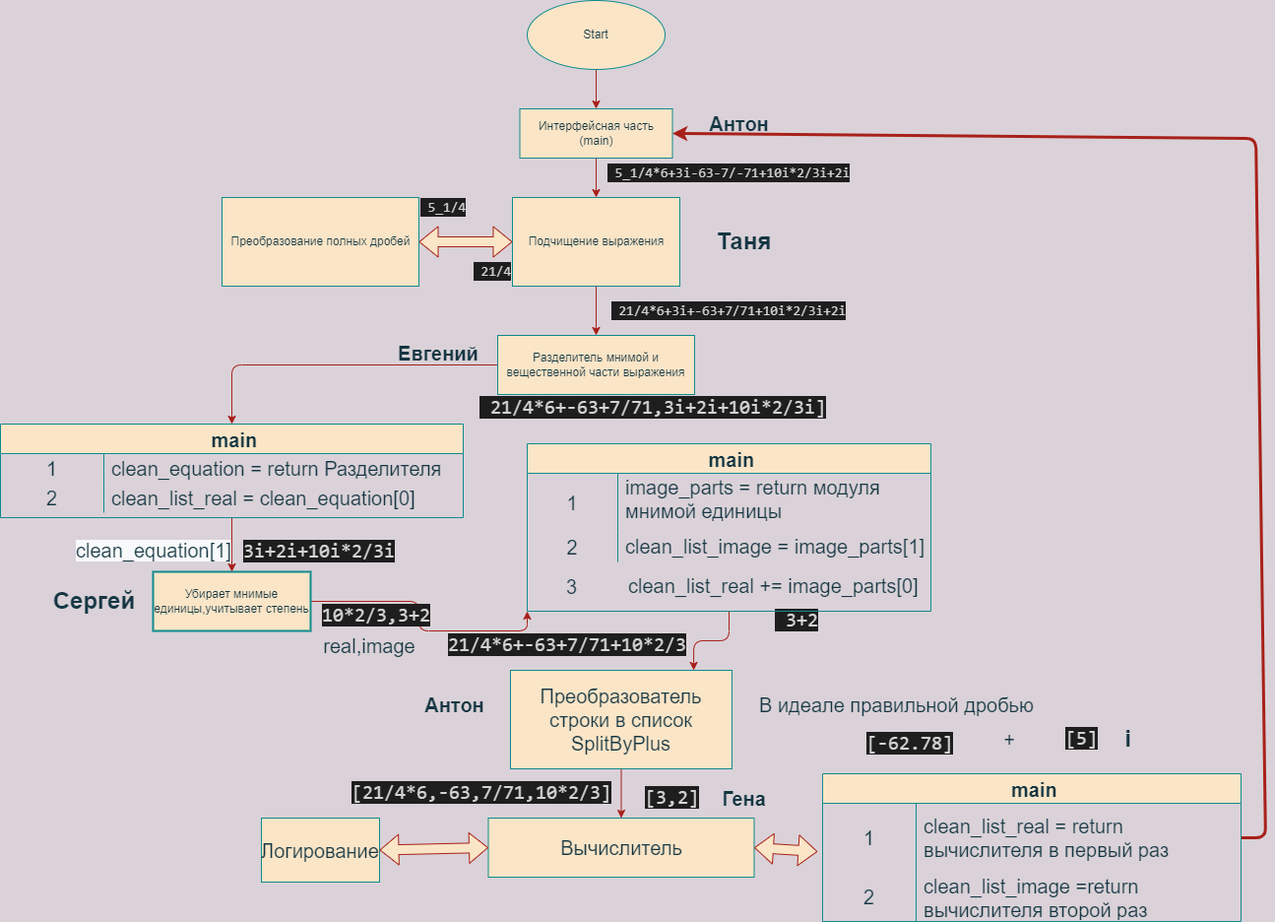
Above: calculator/Meeting3.png in ImyaKhoroshee/Study_Projects_Echo (draw.io), before the change. Source tidied: cells renumbered, new cells last; positions are measured from the earlier drawing's top-left corner, leaving out a move shared by most shapes.
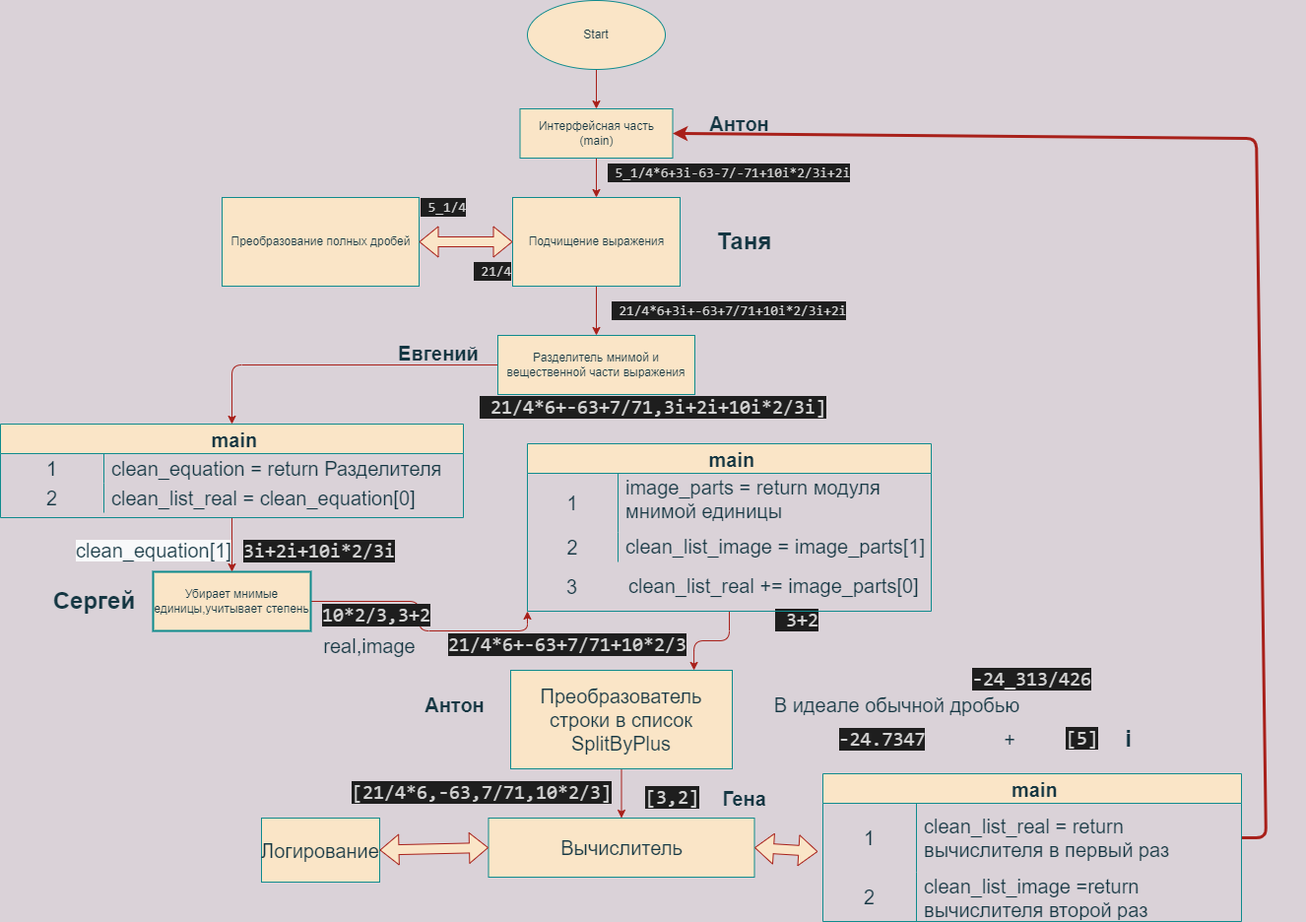
Above is the later version.

Commit message:
flowchart result  and desc update

Diff of the diagram source:
```diff
@@ -107,8 +107,8 @@
     <mxCell id="36" value="&lt;span style=&quot;color: rgb(212, 212, 212); font-family: Consolas, &amp;quot;Courier New&amp;quot;, monospace; font-size: 20px; font-style: normal; font-variant-ligatures: normal; font-variant-caps: normal; font-weight: 400; letter-spacing: normal; orphans: 2; text-align: center; text-indent: 0px; text-transform: none; widows: 2; word-spacing: 0px; -webkit-text-stroke-width: 0px; background-color: rgb(30, 30, 30); text-decoration-thickness: initial; text-decoration-style: initial; text-decoration-color: initial; float: none; display: inline !important;&quot;&gt;[3,2]&lt;/span&gt;" style="text;whiteSpace=wrap;html=1;fontSize=20;fontColor=#143642;" parent="1" vertex="1">
       <mxGeometry x="653" y="790" width="90" height="40" as="geometry" />
     </mxCell>
-    <mxCell id="37" value="&lt;span style=&quot;color: rgb(212, 212, 212); font-family: Consolas, &amp;quot;Courier New&amp;quot;, monospace; font-size: 20px; font-style: normal; font-variant-ligatures: normal; font-variant-caps: normal; font-weight: 400; letter-spacing: normal; orphans: 2; text-align: center; text-indent: 0px; text-transform: none; widows: 2; word-spacing: 0px; -webkit-text-stroke-width: 0px; background-color: rgb(30, 30, 30); text-decoration-thickness: initial; text-decoration-style: initial; text-decoration-color: initial; float: none; display: inline !important;&quot;&gt;[-62.78]&lt;/span&gt;" style="text;whiteSpace=wrap;html=1;fontSize=20;fontColor=#143642;" parent="1" vertex="1">
-      <mxGeometry x="877.5" y="735" width="340" height="50" as="geometry" />
+    <mxCell id="37" value="&lt;span style=&quot;color: rgb(212, 212, 212); font-family: Consolas, &amp;quot;Courier New&amp;quot;, monospace; font-size: 20px; font-style: normal; font-variant-ligatures: normal; font-variant-caps: normal; font-weight: 400; letter-spacing: normal; orphans: 2; text-align: center; text-indent: 0px; text-transform: none; widows: 2; word-spacing: 0px; -webkit-text-stroke-width: 0px; background-color: rgb(30, 30, 30); text-decoration-thickness: initial; text-decoration-style: initial; text-decoration-color: initial; float: none; display: inline !important;&quot;&gt;-24_313/426&lt;/span&gt;" style="text;whiteSpace=wrap;html=1;fontSize=20;fontColor=#143642;" parent="1" vertex="1">
+      <mxGeometry x="985" y="670" width="340" height="50" as="geometry" />
     </mxCell>
     <mxCell id="38" style="endArrow=classic;html=1;rounded=1;sketch=0;fontSize=20;fontColor=#143642;strokeColor=#A8201A;fillColor=#FAE5C7;curved=0;exitX=1;exitY=0.5;exitDx=0;exitDy=0;entryX=1;entryY=0.5;entryDx=0;entryDy=0;strokeWidth=3;" parent="1" edge="1" source="63" target="5">
       <mxGeometry relative="1" as="geometry">
@@ -184,8 +184,8 @@
     <mxCell id="60" value="&lt;span style=&quot;color: rgb(212, 212, 212); font-family: Consolas, &amp;quot;Courier New&amp;quot;, monospace; font-size: 20px; font-style: normal; font-variant-ligatures: normal; font-variant-caps: normal; font-weight: 400; letter-spacing: normal; orphans: 2; text-align: center; text-indent: 0px; text-transform: none; widows: 2; word-spacing: 0px; -webkit-text-stroke-width: 0px; background-color: rgb(30, 30, 30); text-decoration-thickness: initial; text-decoration-style: initial; text-decoration-color: initial; float: none; display: inline !important;&quot;&gt;21/4*6+-63+7/71+10*2/3&lt;/span&gt;" style="text;whiteSpace=wrap;html=1;fontSize=20;fontColor=#143642;" parent="1" vertex="1">
       <mxGeometry x="453" y="635" width="200" height="40" as="geometry" />
     </mxCell>
-    <mxCell id="61" value="В идеале правильной дробью" style="text;html=1;align=center;verticalAlign=middle;strokeColor=none;fillColor=none;fontSize=20;fontColor=#143642;" parent="1" vertex="1">
-      <mxGeometry x="765" y="700" width="290" height="30" as="geometry" />
+    <mxCell id="61" value="В идеале обычной дробью" style="text;html=1;align=center;verticalAlign=middle;strokeColor=none;fillColor=none;fontSize=20;fontColor=#143642;" parent="1" vertex="1">
+      <mxGeometry x="780" y="700" width="260" height="30" as="geometry" />
     </mxCell>
     <mxCell id="62" value=" main" style="shape=table;startSize=30;rowLines=0;fontStyle=1;rounded=0;sketch=0;fontSize=20;fontColor=#143642;strokeColor=#0F8B8D;fillColor=#FAE5C7;" parent="1" vertex="1">
       <mxGeometry x="835" y="785" width="425" height="150" as="geometry" />
@@ -211,5 +211,8 @@
     <mxCell id="69" style="shape=flexArrow;endArrow=classic;startArrow=classic;html=1;rounded=1;sketch=0;fontSize=20;fontColor=#143642;strokeColor=#A8201A;strokeWidth=1;fillColor=#FAE5C7;curved=0;entryX=-0.012;entryY=0.7;entryDx=0;entryDy=0;exitX=1;exitY=0.5;exitDx=0;exitDy=0;entryPerimeter=0;" parent="1" edge="1" source="24" target="63">
       <mxGeometry relative="1" as="geometry" />
     </mxCell>
+    <mxCell id="70" value="&lt;span style=&quot;color: rgb(212, 212, 212); font-family: Consolas, &amp;quot;Courier New&amp;quot;, monospace; background-color: rgb(30, 30, 30);&quot;&gt;-24.7347&lt;/span&gt;" style="text;html=1;align=center;verticalAlign=middle;strokeColor=none;fillColor=none;fontSize=20;fontColor=#143642;" parent="1" vertex="1">
+      <mxGeometry x="845" y="735" width="100" height="30" as="geometry" />
+    </mxCell>
   </root>
 </mxGraphModel>
```
